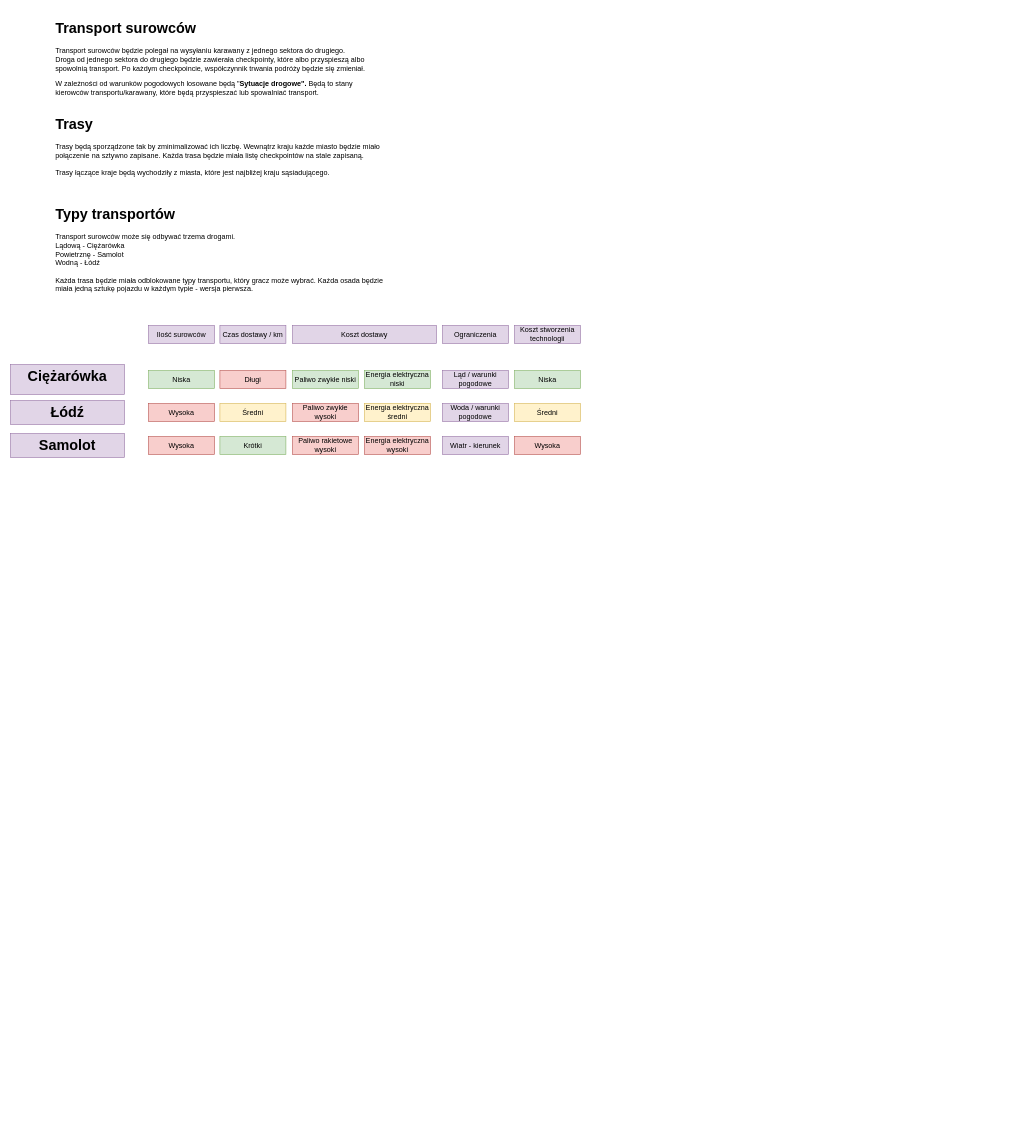
This is page "Transport" (7 of 8) of gameChanger.drawio from piotreczek5/GameChanger, a draw.io file, before an edit. Source tidied: cells renumbered, new cells numbered last; positions are measured from the earlier drawing's top-left corner, leaving out a move shared by most shapes. Both pictures are drawn from the tidied source at 60%, with x=0, y=0 at pixel (10, 16).
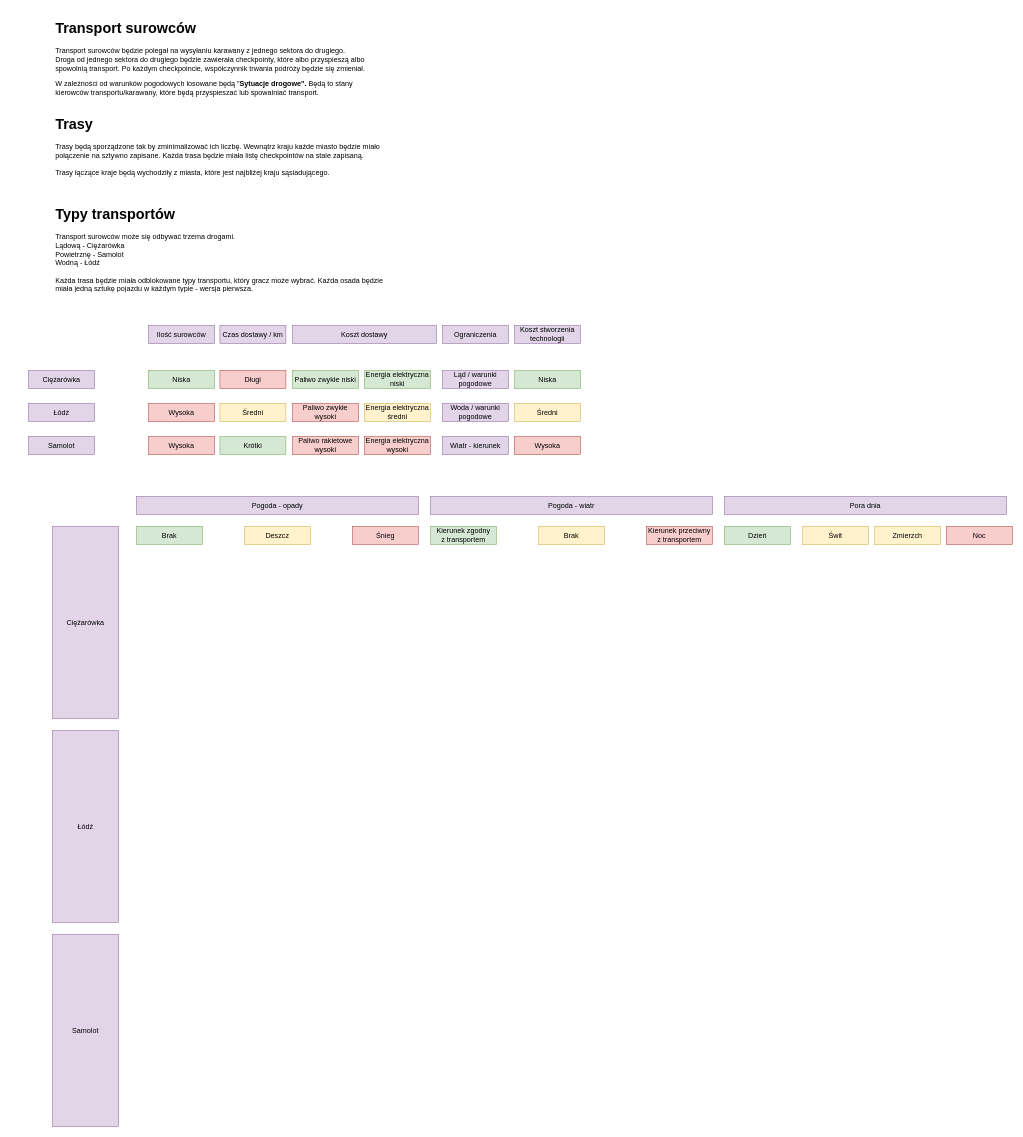
The same page after the edit.

Diff of the diagram source:
```diff
@@
-    <mxCell id="5" value="&lt;h1&gt;Ciężarówka&lt;/h1&gt;&lt;p&gt;&lt;br&gt;&lt;/p&gt;" style="text;html=1;strokeColor=#9673a6;fillColor=#e1d5e7;spacing=5;spacingTop=-20;whiteSpace=wrap;overflow=hidden;rounded=0;align=center;" parent="1" vertex="1">
-      <mxGeometry y="580" width="190" height="50" as="geometry" />
-    </mxCell>
-    <mxCell id="6" value="&lt;h1&gt;Łódź&lt;/h1&gt;&lt;p&gt;&lt;br&gt;&lt;/p&gt;" style="text;html=1;strokeColor=#9673a6;fillColor=#e1d5e7;spacing=5;spacingTop=-20;whiteSpace=wrap;overflow=hidden;rounded=0;align=center;" parent="1" vertex="1">
-      <mxGeometry y="640" width="190" height="40" as="geometry" />
-    </mxCell>
-    <mxCell id="7" value="&lt;h1&gt;Samolot&lt;/h1&gt;&lt;p&gt;&lt;br&gt;&lt;/p&gt;" style="text;html=1;strokeColor=#9673a6;fillColor=#e1d5e7;spacing=5;spacingTop=-20;whiteSpace=wrap;overflow=hidden;rounded=0;align=center;" parent="1" vertex="1">
-      <mxGeometry y="695" width="190" height="40" as="geometry" />
-    </mxCell>
@@
+    <mxCell id="31" value="Ciężarówka" style="rounded=0;whiteSpace=wrap;html=1;strokeColor=#9673a6;fillColor=#e1d5e7;align=center;" parent="1" vertex="1">
+      <mxGeometry x="30" y="590" width="110" height="30" as="geometry" />
+    </mxCell>
+    <mxCell id="32" value="Łódź" style="rounded=0;whiteSpace=wrap;html=1;strokeColor=#9673a6;fillColor=#e1d5e7;align=center;" parent="1" vertex="1">
+      <mxGeometry x="30" y="645" width="110" height="30" as="geometry" />
+    </mxCell>
+    <mxCell id="33" value="Samolot" style="rounded=0;whiteSpace=wrap;html=1;strokeColor=#9673a6;fillColor=#e1d5e7;align=center;" parent="1" vertex="1">
+      <mxGeometry x="30" y="700" width="110" height="30" as="geometry" />
+    </mxCell>
+    <mxCell id="34" value="Ciężarówka" style="rounded=0;whiteSpace=wrap;html=1;strokeColor=#9673a6;fillColor=#e1d5e7;align=center;" parent="1" vertex="1">
+      <mxGeometry x="70" y="850" width="110" height="320" as="geometry" />
+    </mxCell>
+    <mxCell id="35" value="Łódź" style="rounded=0;whiteSpace=wrap;html=1;strokeColor=#9673a6;fillColor=#e1d5e7;align=center;" parent="1" vertex="1">
+      <mxGeometry x="70" y="1190" width="110" height="320" as="geometry" />
+    </mxCell>
+    <mxCell id="36" value="Samolot" style="rounded=0;whiteSpace=wrap;html=1;strokeColor=#9673a6;fillColor=#e1d5e7;align=center;" parent="1" vertex="1">
+      <mxGeometry x="70" y="1530" width="110" height="320" as="geometry" />
+    </mxCell>
+    <mxCell id="37" value="Pogoda - opady" style="rounded=0;whiteSpace=wrap;html=1;strokeColor=#9673a6;fillColor=#e1d5e7;align=center;" parent="1" vertex="1">
+      <mxGeometry x="210" y="800" width="470" height="30" as="geometry" />
+    </mxCell>
+    <mxCell id="38" value="Pora dnia" style="rounded=0;whiteSpace=wrap;html=1;strokeColor=#9673a6;fillColor=#e1d5e7;align=center;" parent="1" vertex="1">
+      <mxGeometry x="1190" y="800" width="470" height="30" as="geometry" />
+    </mxCell>
+    <mxCell id="39" value="Pogoda - wiatr" style="rounded=0;whiteSpace=wrap;html=1;strokeColor=#9673a6;fillColor=#e1d5e7;align=center;" parent="1" vertex="1">
+      <mxGeometry x="700" y="800" width="470" height="30" as="geometry" />
+    </mxCell>
+    <mxCell id="40" value="Brak" style="rounded=0;whiteSpace=wrap;html=1;strokeColor=#82b366;fillColor=#d5e8d4;align=center;" parent="1" vertex="1">
+      <mxGeometry x="210" y="850" width="110" height="30" as="geometry" />
+    </mxCell>
+    <mxCell id="41" value="Śnieg" style="rounded=0;whiteSpace=wrap;html=1;strokeColor=#b85450;fillColor=#f8cecc;align=center;" parent="1" vertex="1">
+      <mxGeometry x="570" y="850" width="110" height="30" as="geometry" />
+    </mxCell>
+    <mxCell id="42" value="Deszcz" style="rounded=0;whiteSpace=wrap;html=1;strokeColor=#d6b656;fillColor=#fff2cc;align=center;" parent="1" vertex="1">
+      <mxGeometry x="390" y="850" width="110" height="30" as="geometry" />
+    </mxCell>
+    <mxCell id="43" value="Kierunek zgodny&lt;br&gt;z transportem" style="rounded=0;whiteSpace=wrap;html=1;strokeColor=#82b366;fillColor=#d5e8d4;align=center;" parent="1" vertex="1">
+      <mxGeometry x="700" y="850" width="110" height="30" as="geometry" />
+    </mxCell>
+    <mxCell id="44" value="Brak" style="rounded=0;whiteSpace=wrap;html=1;strokeColor=#d6b656;fillColor=#fff2cc;align=center;" parent="1" vertex="1">
+      <mxGeometry x="880" y="850" width="110" height="30" as="geometry" />
+    </mxCell>
+    <mxCell id="45" value="Kierunek przeciwny&lt;br&gt;z transportem" style="rounded=0;whiteSpace=wrap;html=1;strokeColor=#b85450;fillColor=#f8cecc;align=center;" parent="1" vertex="1">
+      <mxGeometry x="1060" y="850" width="110" height="30" as="geometry" />
+    </mxCell>
+    <mxCell id="46" value="Dzień" style="rounded=0;whiteSpace=wrap;html=1;strokeColor=#82b366;fillColor=#d5e8d4;align=center;" parent="1" vertex="1">
+      <mxGeometry x="1190" y="850" width="110" height="30" as="geometry" />
+    </mxCell>
+    <mxCell id="47" value="Noc" style="rounded=0;whiteSpace=wrap;html=1;strokeColor=#b85450;fillColor=#f8cecc;align=center;" parent="1" vertex="1">
+      <mxGeometry x="1560" y="850" width="110" height="30" as="geometry" />
+    </mxCell>
+    <mxCell id="48" value="Zmierzch" style="rounded=0;whiteSpace=wrap;html=1;strokeColor=#d6b656;fillColor=#fff2cc;align=center;" parent="1" vertex="1">
+      <mxGeometry x="1440" y="850" width="110" height="30" as="geometry" />
+    </mxCell>
+    <mxCell id="49" value="Świt" style="rounded=0;whiteSpace=wrap;html=1;strokeColor=#d6b656;fillColor=#fff2cc;align=center;" parent="1" vertex="1">
+      <mxGeometry x="1320" y="850" width="110" height="30" as="geometry" />
+    </mxCell>
```
